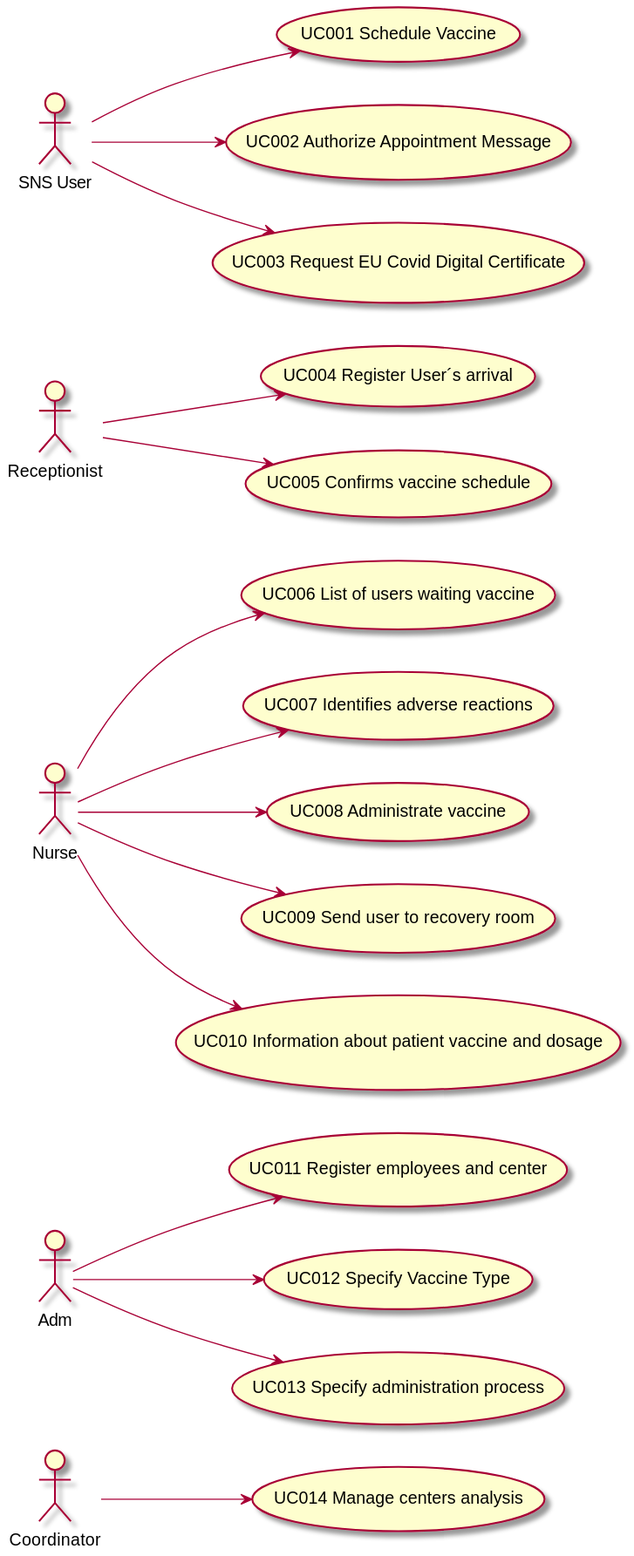
Earlier version of the PlantUML export docs/SprintA/UCD.svg (diogonapoles/isep-lapr2).
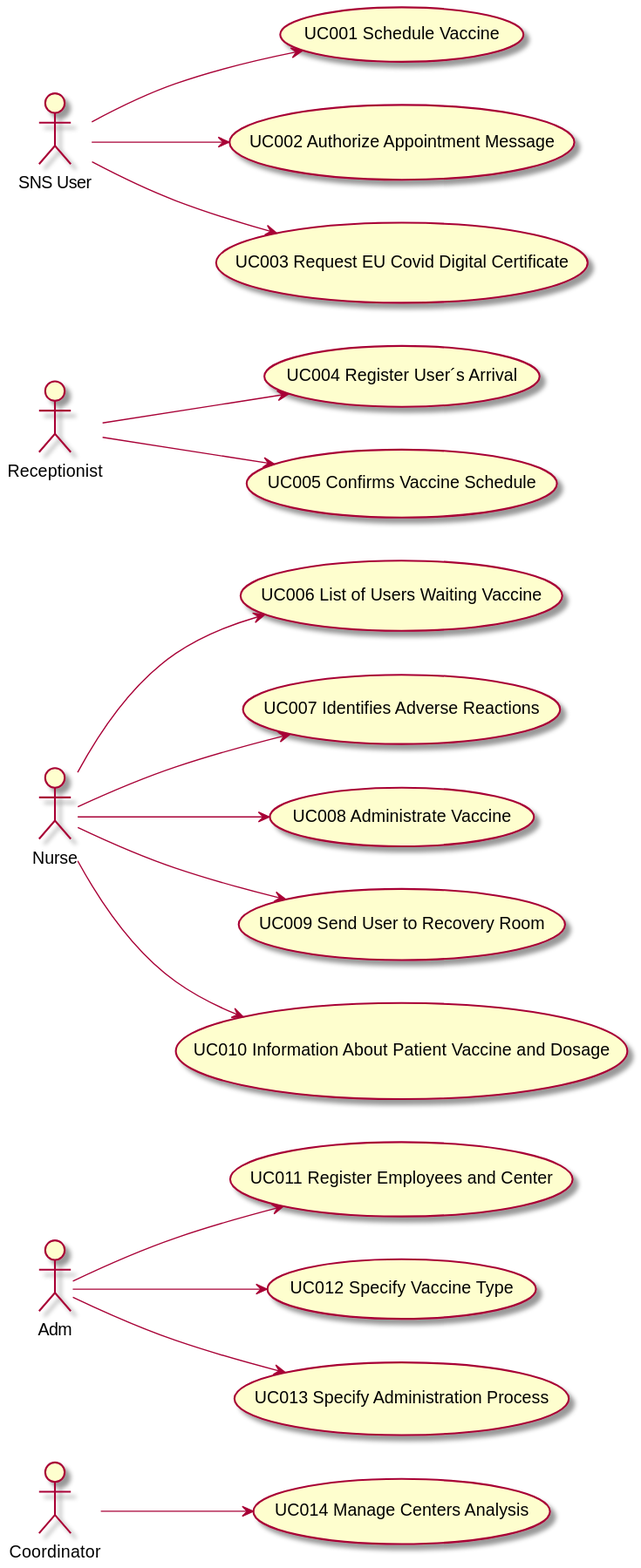
The same file after the commit.

Commit message:
UCD finished

Diff of the diagram source:
```diff
@@ -2,20 +2,20 @@
 left to right direction
 skinparam packageStyle rect
 
-Coordinator --> (UC014 Manage centers analysis)
+Coordinator --> (UC014 Manage Centers Analysis)
 
-Adm --> (UC011 Register employees and center)
+Adm --> (UC011 Register Employees and Center)
 Adm --> (UC012 Specify Vaccine Type)
-Adm --> (UC013 Specify administration process)
+Adm --> (UC013 Specify Administration Process)
 
-Nurse --> (UC006 List of users waiting vaccine)
-Nurse --> (UC007 Identifies adverse reactions)
-Nurse --> (UC008 Administrate vaccine)
-Nurse --> (UC009 Send user to recovery room)
-Nurse --> (UC010 Information about patient vaccine and dosage)
+Nurse --> (UC006 List of Users Waiting Vaccine)
+Nurse --> (UC007 Identifies Adverse Reactions)
+Nurse --> (UC008 Administrate Vaccine)
+Nurse --> (UC009 Send User to Recovery Room)
+Nurse --> (UC010 Information About Patient Vaccine and Dosage)
 
-Receptionist --> (UC004 Register User´s arrival)
-Receptionist --> (UC005 Confirms vaccine schedule)
+Receptionist --> (UC004 Register User´s Arrival)
+Receptionist --> (UC005 Confirms Vaccine Schedule)
 
 :SNS User: as User
 
```
